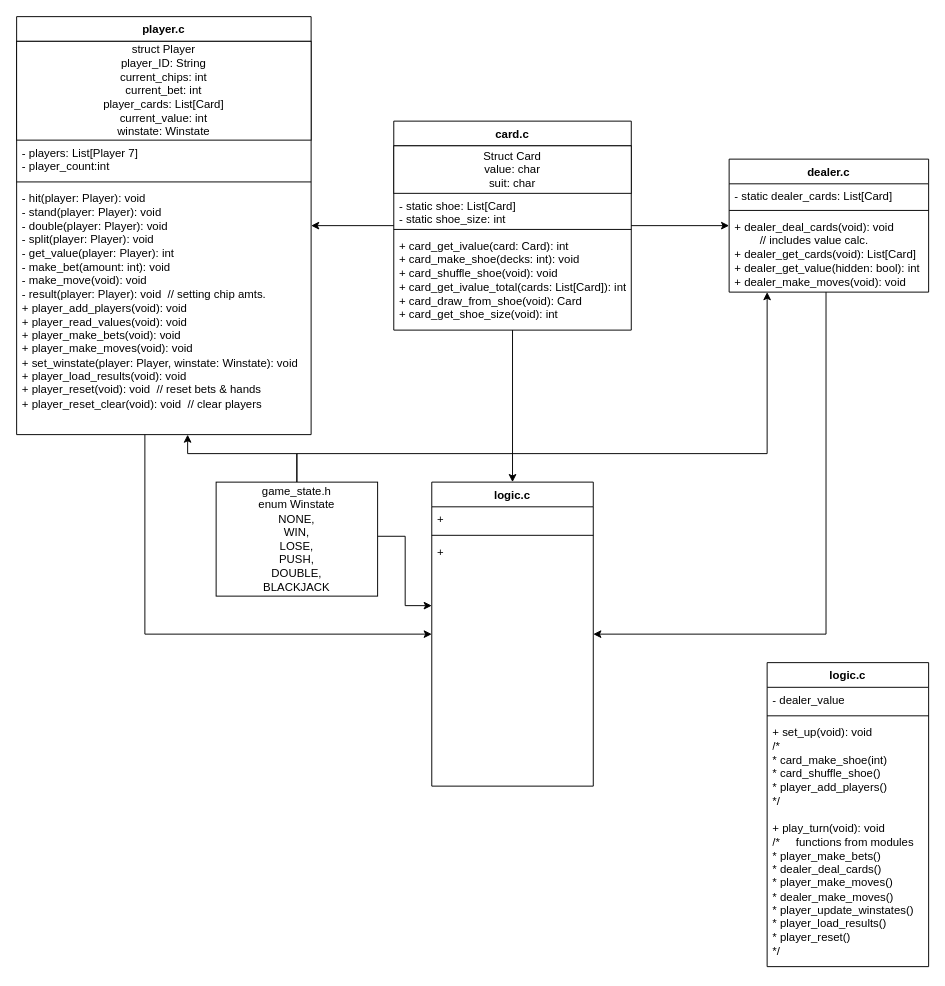
BigDave0071/BlackJackRemake keeps this draw.io diagram as misc/BlackJackRemakeUML.drawio. Above is the earlier version. Source tidied: cells renumbered, new cells numbered last; positions are measured from the earlier drawing's top-left corner, leaving out a move shared by most shapes. Both pictures are drawn from the tidied source at 95%, with x=0, y=0 at pixel (16, 16).
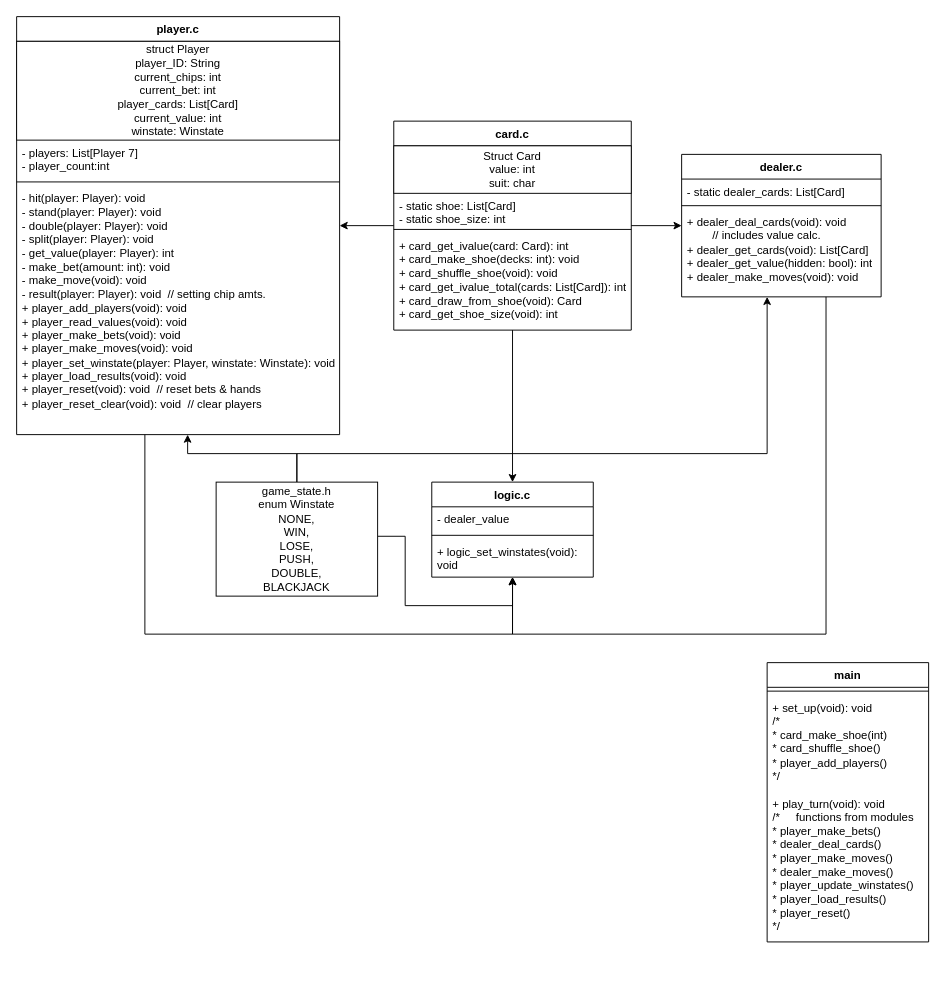
After the change.

Commit message (it also covers changes not shown here):
Started working on cards.c and make_shoe function

Unchanged cells that the change refers to:
```xml
<mxCell id="5" value="card.c" style="swimlane;fontStyle=1;align=center;verticalAlign=top;horizontal=1;startSize=26;whiteSpace=wrap;html=1;" parent="1" vertex="1">
  <mxGeometry x="397" y="110" width="250" height="220" as="geometry" />
</mxCell>
```

Change to the diagram source:
```diff
@@
-    <mxCell id="6" value="Struct Card&lt;div&gt;value: char&lt;/div&gt;&lt;div&gt;suit: char&lt;/div&gt;" style="html=1;whiteSpace=wrap;" parent="5" vertex="1">
+    <mxCell id="6" value="Struct Card&lt;div&gt;value: int&lt;/div&gt;&lt;div&gt;suit: char&lt;/div&gt;" style="html=1;whiteSpace=wrap;" parent="5" vertex="1">
       <mxGeometry y="26" width="250" height="50" as="geometry" />
     </mxCell>
@@
     <mxCell id="11" value="dealer.c" style="swimlane;fontStyle=1;align=center;verticalAlign=top;horizontal=1;startSize=26;whiteSpace=wrap;html=1;" parent="1" vertex="1">
-      <mxGeometry x="750" y="150" width="210" height="140" as="geometry" />
+      <mxGeometry x="700" y="145" width="210" height="150" as="geometry" />
     </mxCell>
@@
     <mxCell id="14" value="&lt;div&gt;&lt;span style=&quot;background-color: transparent; color: light-dark(rgb(0, 0, 0), rgb(255, 255, 255));&quot;&gt;+ dealer_deal_cards(void): void&lt;/span&gt;&lt;br&gt;&lt;/div&gt;&lt;div&gt;&lt;span style=&quot;white-space: pre;&quot;&gt;&#9;&lt;/span&gt;// includes value calc.&lt;br&gt;&lt;/div&gt;&lt;div&gt;+ dealer_get_cards(void): List[Card]&lt;/div&gt;&lt;div&gt;+ dealer_get_value(hidden: bool): int&lt;/div&gt;&lt;div&gt;+ dealer_make_moves(void): void&lt;/div&gt;" style="text;strokeColor=none;fillColor=none;align=left;verticalAlign=top;spacingLeft=4;spacingRight=4;overflow=hidden;whiteSpace=wrap;html=1;" parent="11" vertex="1">
-      <mxGeometry y="58" width="210" height="82" as="geometry" />
+      <mxGeometry y="58" width="210" height="92" as="geometry" />
     </mxCell>
@@
     <mxCell id="16" value="player.c" style="swimlane;fontStyle=1;align=center;verticalAlign=top;horizontal=1;startSize=26;whiteSpace=wrap;html=1;" parent="1" vertex="1">
-      <mxGeometry width="310" height="440" as="geometry" />
+      <mxGeometry width="340" height="440" as="geometry" />
     </mxCell>
     <mxCell id="17" value="struct Player&lt;div&gt;player_ID: String&lt;/div&gt;&lt;div&gt;current_chips: int&lt;/div&gt;&lt;div&gt;current_bet: int&lt;/div&gt;&lt;div&gt;&lt;span style=&quot;background-color: transparent; color: light-dark(rgb(0, 0, 0), rgb(255, 255, 255));&quot;&gt;player_cards: List[Card]&lt;/span&gt;&lt;/div&gt;&lt;div&gt;current_value: int&lt;/div&gt;&lt;div&gt;winstate: Winstate&lt;/div&gt;" style="html=1;whiteSpace=wrap;" parent="16" vertex="1">
-      <mxGeometry y="26" width="310" height="104" as="geometry" />
+      <mxGeometry y="26" width="340" height="104" as="geometry" />
     </mxCell>
     <mxCell id="18" value="- players: List[Player 7]&lt;div&gt;- player_count:int&lt;/div&gt;" style="text;strokeColor=none;fillColor=none;align=left;verticalAlign=top;spacingLeft=4;spacingRight=4;overflow=hidden;whiteSpace=wrap;html=1;" parent="16" vertex="1">
-      <mxGeometry y="130" width="310" height="40" as="geometry" />
+      <mxGeometry y="130" width="340" height="40" as="geometry" />
     </mxCell>
     <mxCell id="19" style="line;strokeWidth=1;fillColor=none;align=left;verticalAlign=middle;spacingTop=-1;spacingLeft=3;spacingRight=3;labelPosition=right;strokeColor=inherit;" parent="16" vertex="1">
-      <mxGeometry y="170" width="310" height="8" as="geometry" />
+      <mxGeometry y="170" width="340" height="8" as="geometry" />
     </mxCell>
-    <mxCell id="20" value="&lt;div&gt;&lt;div&gt;&lt;div&gt;- hit(player: Player): void&lt;/div&gt;&lt;div&gt;- stand(player: Player): void&lt;/div&gt;&lt;div&gt;- double(player: Player): void&lt;/div&gt;&lt;div&gt;- split(player: Player): void&lt;/div&gt;&lt;/div&gt;&lt;div&gt;- get_value(player: Player): int&lt;/div&gt;&lt;/div&gt;&lt;div&gt;- make_bet(amount: int): void&lt;/div&gt;&lt;div&gt;- make_move(void): void&lt;/div&gt;&lt;div&gt;&lt;span style=&quot;background-color: transparent; color: light-dark(rgb(0, 0, 0), rgb(255, 255, 255));&quot;&gt;- result(player: Player): void&amp;nbsp; // setting chip amts.&lt;/span&gt;&lt;br&gt;&lt;/div&gt;&lt;div&gt;+ player_add_players(void): void&lt;br&gt;&lt;/div&gt;&lt;div&gt;+ player_read_values(void): void&lt;/div&gt;+ player_make&lt;span style=&quot;background-color: transparent; color: light-dark(rgb(0, 0, 0), rgb(255, 255, 255));&quot;&gt;_bets(void): void&lt;/span&gt;&lt;div&gt;&lt;div&gt;+ player_make_moves(void): void&lt;/div&gt;&lt;/div&gt;&lt;div&gt;&lt;div&gt;+ set_winstate(player: Player, winstate: Winstate): void&lt;/div&gt;&lt;/div&gt;&lt;div&gt;&lt;span style=&quot;background-color: transparent; color: light-dark(rgb(0, 0, 0), rgb(255, 255, 255));&quot;&gt;+ player_load_results(void): void&lt;/span&gt;&lt;br&gt;&lt;/div&gt;&lt;div&gt;+ player_reset(void): void&amp;nbsp; // reset bets &amp;amp; hands&lt;/div&gt;&lt;div&gt;+ player_reset_clear(void): void&amp;nbsp; // clear players&lt;/div&gt;" style="text;strokeColor=none;fillColor=none;align=left;verticalAlign=top;spacingLeft=4;spacingRight=4;overflow=hidden;points=[[0,0.5],[1,0.5]];portConstraint=eastwest;whiteSpace=wrap;html=1;" parent="16" vertex="1">
-      <mxGeometry y="178" width="310" height="262" as="geometry" />
+    <mxCell id="20" value="&lt;div&gt;&lt;div&gt;&lt;div&gt;- hit(player: Player): void&lt;/div&gt;&lt;div&gt;- stand(player: Player): void&lt;/div&gt;&lt;div&gt;- double(player: Player): void&lt;/div&gt;&lt;div&gt;- split(player: Player): void&lt;/div&gt;&lt;/div&gt;&lt;div&gt;- get_value(player: Player): int&lt;/div&gt;&lt;/div&gt;&lt;div&gt;- make_bet(amount: int): void&lt;/div&gt;&lt;div&gt;- make_move(void): void&lt;/div&gt;&lt;div&gt;&lt;span style=&quot;background-color: transparent; color: light-dark(rgb(0, 0, 0), rgb(255, 255, 255));&quot;&gt;- result(player: Player): void&amp;nbsp; // setting chip amts.&lt;/span&gt;&lt;br&gt;&lt;/div&gt;&lt;div&gt;+ player_add_players(void): void&lt;br&gt;&lt;/div&gt;&lt;div&gt;+ player_read_values(void): void&lt;/div&gt;+ player_make&lt;span style=&quot;background-color: transparent; color: light-dark(rgb(0, 0, 0), rgb(255, 255, 255));&quot;&gt;_bets(void): void&lt;/span&gt;&lt;div&gt;&lt;div&gt;+ player_make_moves(void): void&lt;/div&gt;&lt;/div&gt;&lt;div&gt;&lt;div&gt;+ player_set_winstate(player: Player, winstate: Winstate): void&lt;/div&gt;&lt;/div&gt;&lt;div&gt;&lt;span style=&quot;background-color: transparent; color: light-dark(rgb(0, 0, 0), rgb(255, 255, 255));&quot;&gt;+ player_load_results(void): void&lt;/span&gt;&lt;br&gt;&lt;/div&gt;&lt;div&gt;+ player_reset(void): void&amp;nbsp; // reset bets &amp;amp; hands&lt;/div&gt;&lt;div&gt;+ player_reset_clear(void): void&amp;nbsp; // clear players&lt;/div&gt;" style="text;strokeColor=none;fillColor=none;align=left;verticalAlign=top;spacingLeft=4;spacingRight=4;overflow=hidden;points=[[0,0.5],[1,0.5]];portConstraint=eastwest;whiteSpace=wrap;html=1;" parent="16" vertex="1">
+      <mxGeometry y="178" width="340" height="262" as="geometry" />
     </mxCell>
     <mxCell id="21" value="logic.c" style="swimlane;fontStyle=1;align=center;verticalAlign=top;horizontal=1;startSize=26;whiteSpace=wrap;html=1;" parent="1" vertex="1">
-      <mxGeometry x="437" y="490" width="170" height="320" as="geometry" />
+      <mxGeometry x="437" y="490" width="170" height="100" as="geometry" />
     </mxCell>
-    <mxCell id="22" value="+" style="text;strokeColor=none;fillColor=none;align=left;verticalAlign=top;spacingLeft=4;spacingRight=4;overflow=hidden;whiteSpace=wrap;html=1;" parent="21" vertex="1">
+    <mxCell id="22" value="- dealer_value" style="text;strokeColor=none;fillColor=none;align=left;verticalAlign=top;spacingLeft=4;spacingRight=4;overflow=hidden;whiteSpace=wrap;html=1;" parent="21" vertex="1">
       <mxGeometry y="26" width="170" height="26" as="geometry" />
     </mxCell>
@@
-    <mxCell id="24" value="&lt;div&gt;&lt;/div&gt;&lt;div&gt;+&lt;/div&gt;" style="text;strokeColor=none;fillColor=none;align=left;verticalAlign=top;spacingLeft=4;spacingRight=4;overflow=hidden;whiteSpace=wrap;html=1;" parent="21" vertex="1">
-      <mxGeometry y="60" width="170" height="260" as="geometry" />
+    <mxCell id="24" value="&lt;div&gt;&lt;/div&gt;&lt;div&gt;+ logic_set_winstates(void): void&lt;/div&gt;" style="text;strokeColor=none;fillColor=none;align=left;verticalAlign=top;spacingLeft=4;spacingRight=4;overflow=hidden;whiteSpace=wrap;html=1;" parent="21" vertex="1">
+      <mxGeometry y="60" width="170" height="40" as="geometry" />
     </mxCell>
-    <mxCell id="25" value="logic.c" style="swimlane;fontStyle=1;align=center;verticalAlign=top;horizontal=1;startSize=26;whiteSpace=wrap;html=1;" parent="1" vertex="1">
-      <mxGeometry x="790" y="680" width="170" height="320" as="geometry" />
+    <mxCell id="25" value="main" style="swimlane;fontStyle=1;align=center;verticalAlign=top;horizontal=1;startSize=26;whiteSpace=wrap;html=1;" parent="1" vertex="1">
+      <mxGeometry x="790" y="680" width="170" height="294" as="geometry" />
     </mxCell>
-    <mxCell id="26" value="- dealer_value" style="text;strokeColor=none;fillColor=none;align=left;verticalAlign=top;spacingLeft=4;spacingRight=4;overflow=hidden;whiteSpace=wrap;html=1;" parent="25" vertex="1">
-      <mxGeometry y="26" width="170" height="26" as="geometry" />
-    </mxCell>
     <mxCell id="27" style="line;strokeWidth=1;fillColor=none;align=left;verticalAlign=middle;spacingTop=-1;spacingLeft=3;spacingRight=3;labelPosition=right;strokeColor=inherit;" parent="25" vertex="1">
-      <mxGeometry y="52" width="170" height="8" as="geometry" />
+      <mxGeometry y="26" width="170" height="8" as="geometry" />
     </mxCell>
     <mxCell id="28" value="&lt;div&gt;&lt;/div&gt;&lt;div&gt;+ set_up(void): void&lt;/div&gt;&lt;div&gt;&lt;div&gt;/*&lt;/div&gt;&lt;div&gt;* card_make_shoe(int)&lt;/div&gt;&lt;div&gt;* card_shuffle_shoe()&lt;/div&gt;&lt;div&gt;* player_add_players()&lt;/div&gt;&lt;/div&gt;&lt;div&gt;*/&amp;nbsp;&lt;br&gt;&lt;/div&gt;&lt;div&gt;&lt;br&gt;&lt;/div&gt;&lt;div&gt;+ play_turn(void): void&lt;/div&gt;&lt;div&gt;/*&amp;nbsp; &amp;nbsp; &amp;nbsp;functions from modules&lt;/div&gt;&lt;div&gt;&lt;span style=&quot;background-color: transparent; color: light-dark(rgb(0, 0, 0), rgb(255, 255, 255));&quot;&gt;* player_make_bets()&lt;/span&gt;&lt;br&gt;&lt;/div&gt;&lt;div&gt;* dealer_deal_cards()&lt;/div&gt;&lt;div&gt;* player_make_moves()&lt;/div&gt;&lt;div&gt;* dealer_make_moves()&lt;/div&gt;&lt;div&gt;* player_update_winstates()&lt;/div&gt;&lt;div&gt;* player_load_results()&lt;/div&gt;&lt;div&gt;* player_reset()&lt;/div&gt;&lt;div&gt;*/&lt;/div&gt;" style="text;strokeColor=none;fillColor=none;align=left;verticalAlign=top;spacingLeft=4;spacingRight=4;overflow=hidden;whiteSpace=wrap;html=1;" parent="25" vertex="1">
-      <mxGeometry y="60" width="170" height="260" as="geometry" />
+      <mxGeometry y="34" width="170" height="260" as="geometry" />
     </mxCell>
```
